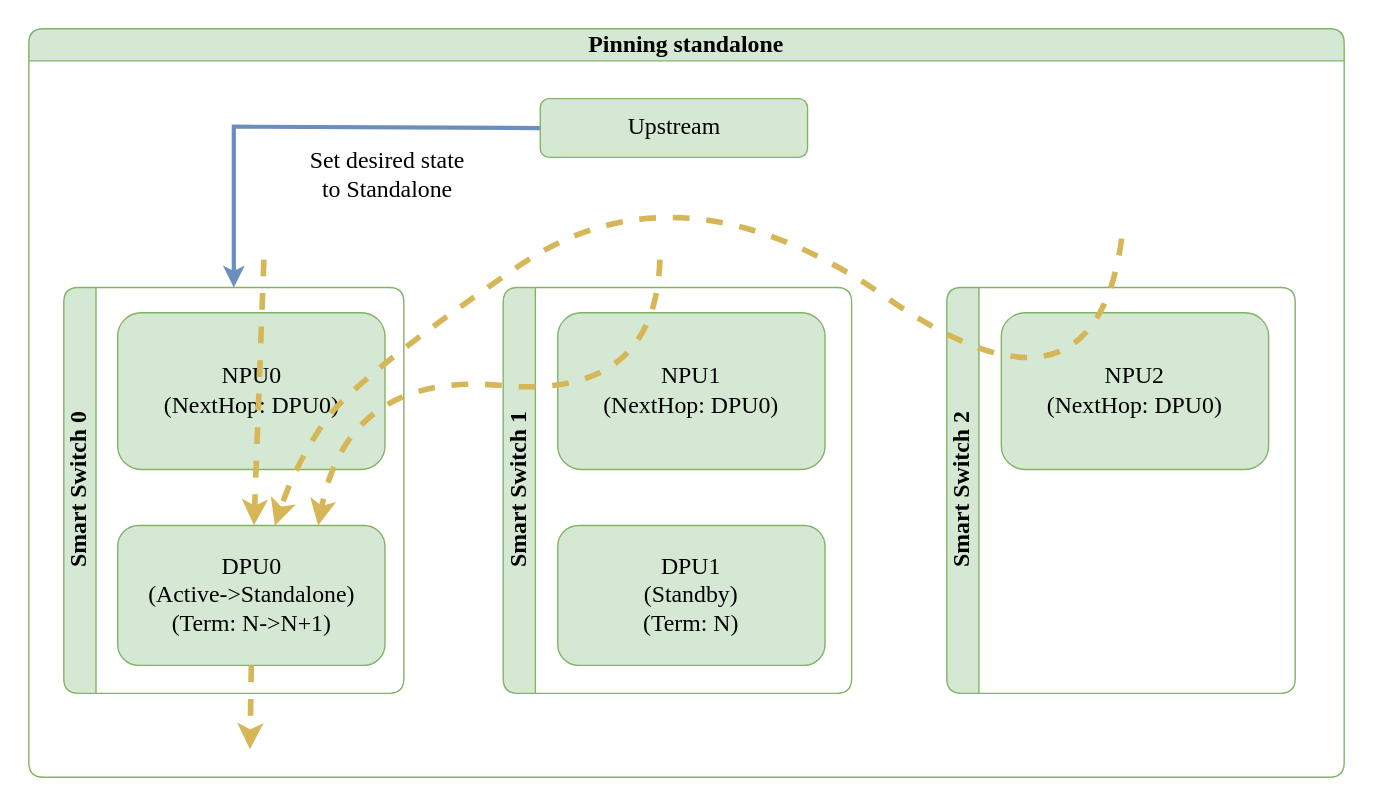
Above: doc/smart-switch/high-availability/images/ha-planned-events-standalone-pin.svg in sonic-net/SONiC (draw.io), before the change. Source tidied: cells renumbered, new cells last; positions are measured from the earlier drawing's top-left corner, leaving out a move shared by most shapes.
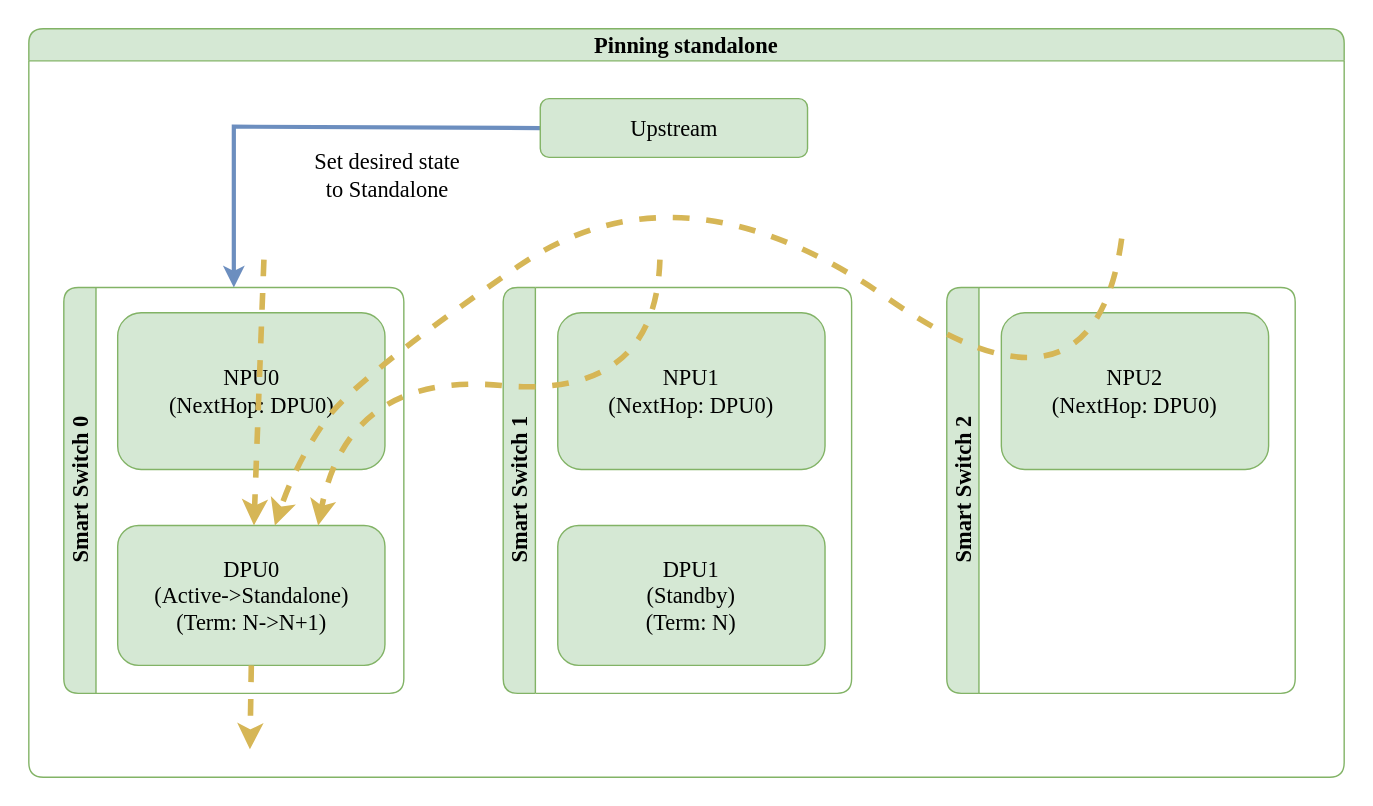
The same file after the commit.

Change to the diagram source:
```diff
@@ -2,33 +2,33 @@
   <root>
     <mxCell id="0" />
     <mxCell id="1" parent="0" />
-    <mxCell id="2" value="Pinning standalone" style="swimlane;horizontal=1;whiteSpace=wrap;html=1;rounded=1;labelBorderColor=none;strokeColor=#82b366;fontFamily=Consolas;fontSize=17;startSize=23;fillColor=#d5e8d4;swimlaneFillColor=#FFFFFF;" parent="1" vertex="1">
+    <mxCell id="2" value="Pinning standalone" style="swimlane;horizontal=1;whiteSpace=wrap;html=1;rounded=1;labelBorderColor=none;strokeColor=#82b366;fontFamily=Monaco;fontSize=16;startSize=23;fillColor=#d5e8d4;swimlaneFillColor=#FFFFFF;" parent="1" vertex="1">
       <mxGeometry width="940" height="535" as="geometry" />
     </mxCell>
-    <mxCell id="3" value="Smart Switch 0" style="swimlane;horizontal=0;whiteSpace=wrap;html=1;rounded=1;labelBorderColor=none;strokeColor=#82b366;fontFamily=Consolas;fontSize=17;startSize=23;fillColor=#d5e8d4;swimlaneFillColor=#FFFFFF;" parent="2" vertex="1">
+    <mxCell id="3" value="Smart Switch 0" style="swimlane;horizontal=0;whiteSpace=wrap;html=1;rounded=1;labelBorderColor=none;strokeColor=#82b366;fontFamily=Monaco;fontSize=16;startSize=23;fillColor=#d5e8d4;swimlaneFillColor=#FFFFFF;" parent="2" vertex="1">
       <mxGeometry x="25" y="185" width="243" height="290" as="geometry" />
     </mxCell>
-    <mxCell id="4" value="NPU0&lt;br style=&quot;font-size: 17px;&quot;&gt;(NextHop: DPU0)" style="rounded=1;whiteSpace=wrap;html=1;strokeColor=#82b366;fontFamily=Consolas;fontSize=17;startSize=23;fillColor=#d5e8d4;" parent="3" vertex="1">
+    <mxCell id="4" value="NPU0&lt;br style=&quot;font-size: 16px;&quot;&gt;(NextHop: DPU0)" style="rounded=1;whiteSpace=wrap;html=1;strokeColor=#82b366;fontFamily=Monaco;fontSize=16;startSize=23;fillColor=#d5e8d4;" parent="3" vertex="1">
       <mxGeometry x="38.5" y="18" width="191" height="112" as="geometry" />
     </mxCell>
-    <mxCell id="5" value="DPU0&lt;br style=&quot;border-color: var(--border-color); font-size: 17px;&quot;&gt;(Active-&amp;gt;Standalone)&lt;br style=&quot;border-color: var(--border-color); font-size: 17px;&quot;&gt;(Term: N-&amp;gt;N+1)" style="rounded=1;whiteSpace=wrap;html=1;strokeColor=#82b366;fontFamily=Consolas;fontSize=17;startSize=23;fillColor=#d5e8d4;" parent="3" vertex="1">
+    <mxCell id="5" value="DPU0&lt;br style=&quot;border-color: var(--border-color); font-size: 16px;&quot;&gt;(Active-&amp;gt;Standalone)&lt;br style=&quot;border-color: var(--border-color); font-size: 16px;&quot;&gt;(Term: N-&amp;gt;N+1)" style="rounded=1;whiteSpace=wrap;html=1;strokeColor=#82b366;fontFamily=Monaco;fontSize=16;startSize=23;fillColor=#d5e8d4;" parent="3" vertex="1">
       <mxGeometry x="38.5" y="170" width="191" height="100" as="geometry" />
     </mxCell>
-    <mxCell id="6" value="Smart Switch 1" style="swimlane;horizontal=0;whiteSpace=wrap;html=1;rounded=1;labelBorderColor=none;strokeColor=#82b366;fontFamily=Consolas;fontSize=17;startSize=23;fillColor=#d5e8d4;swimlaneFillColor=#FFFFFF;" parent="2" vertex="1">
+    <mxCell id="6" value="Smart Switch 1" style="swimlane;horizontal=0;whiteSpace=wrap;html=1;rounded=1;labelBorderColor=none;strokeColor=#82b366;fontFamily=Monaco;fontSize=16;startSize=23;fillColor=#d5e8d4;swimlaneFillColor=#FFFFFF;" parent="2" vertex="1">
       <mxGeometry x="339" y="185" width="249" height="290" as="geometry" />
     </mxCell>
-    <mxCell id="7" value="NPU1&lt;br style=&quot;font-size: 17px;&quot;&gt;(NextHop: DPU0)" style="rounded=1;whiteSpace=wrap;html=1;strokeColor=#82b366;fontFamily=Consolas;fontSize=17;startSize=23;fillColor=#d5e8d4;" parent="6" vertex="1">
+    <mxCell id="7" value="NPU1&lt;br style=&quot;font-size: 16px;&quot;&gt;(NextHop: DPU0)" style="rounded=1;whiteSpace=wrap;html=1;strokeColor=#82b366;fontFamily=Monaco;fontSize=16;startSize=23;fillColor=#d5e8d4;" parent="6" vertex="1">
       <mxGeometry x="39" y="18" width="191" height="112" as="geometry" />
     </mxCell>
-    <mxCell id="8" value="DPU1&lt;br style=&quot;border-color: var(--border-color); font-size: 17px;&quot;&gt;(Standby)&lt;br style=&quot;border-color: var(--border-color); font-size: 17px;&quot;&gt;(Term: N)" style="rounded=1;whiteSpace=wrap;html=1;strokeColor=#82b366;fontFamily=Consolas;fontSize=17;startSize=23;fillColor=#d5e8d4;" parent="6" vertex="1">
+    <mxCell id="8" value="DPU1&lt;br style=&quot;border-color: var(--border-color); font-size: 16px;&quot;&gt;(Standby)&lt;br style=&quot;border-color: var(--border-color); font-size: 16px;&quot;&gt;(Term: N)" style="rounded=1;whiteSpace=wrap;html=1;strokeColor=#82b366;fontFamily=Monaco;fontSize=16;startSize=23;fillColor=#d5e8d4;" parent="6" vertex="1">
       <mxGeometry x="39" y="170" width="191" height="100" as="geometry" />
     </mxCell>
-    <mxCell id="9" style="curved=1;endArrow=classic;html=1;rounded=0;fillColor=#fff2cc;strokeColor=#d6b656;strokeWidth=4;dashed=1;endFill=1;fontFamily=Consolas;fontSize=17;" parent="2" edge="1" target="5">
+    <mxCell id="9" style="curved=1;endArrow=classic;html=1;rounded=0;fillColor=#fff2cc;strokeColor=#d6b656;strokeWidth=4;dashed=1;endFill=1;fontFamily=Monaco;fontSize=16;" parent="2" edge="1" target="5">
       <mxGeometry relative="1" as="geometry">
         <mxPoint x="168" y="165" as="sourcePoint" />
       </mxGeometry>
     </mxCell>
-    <mxCell id="10" style="curved=1;endArrow=classic;html=1;rounded=0;entryX=0.75;entryY=0;entryDx=0;entryDy=0;fillColor=#fff2cc;strokeColor=#d6b656;strokeWidth=4;dashed=1;endFill=1;fontFamily=Consolas;fontSize=17;" parent="2" edge="1" target="5">
+    <mxCell id="10" style="curved=1;endArrow=classic;html=1;rounded=0;entryX=0.75;entryY=0;entryDx=0;entryDy=0;fillColor=#fff2cc;strokeColor=#d6b656;strokeWidth=4;dashed=1;endFill=1;fontFamily=Monaco;fontSize=16;" parent="2" edge="1" target="5">
       <mxGeometry relative="1" as="geometry">
         <mxPoint x="451" y="165" as="sourcePoint" />
         <Array as="points">
@@ -37,25 +37,25 @@
         </Array>
       </mxGeometry>
     </mxCell>
-    <mxCell id="11" style="endArrow=classic;html=1;rounded=0;fillColor=#fff2cc;strokeColor=#d6b656;strokeWidth=4;dashed=1;endFill=1;exitX=0.5;exitY=1;exitDx=0;exitDy=0;fontFamily=Consolas;fontSize=17;" parent="2" edge="1" source="5">
+    <mxCell id="11" style="endArrow=classic;html=1;rounded=0;fillColor=#fff2cc;strokeColor=#d6b656;strokeWidth=4;dashed=1;endFill=1;exitX=0.5;exitY=1;exitDx=0;exitDy=0;fontFamily=Monaco;fontSize=16;" parent="2" edge="1" source="5">
       <mxGeometry relative="1" as="geometry">
         <mxPoint x="158" y="515" as="targetPoint" />
       </mxGeometry>
     </mxCell>
-    <mxCell id="12" value="Set desired state&lt;br style=&quot;font-size: 17px;&quot;&gt;to Standalone" style="endArrow=classic;startArrow=none;html=1;exitX=0;exitY=0.5;exitDx=0;exitDy=0;fillColor=#dae8fc;strokeColor=#6c8ebf;strokeWidth=3;fontFamily=Consolas;fontSize=17;startFill=0;endFill=1;labelBackgroundColor=none;entryX=0.5;entryY=0;entryDx=0;entryDy=0;rounded=0;" parent="2" edge="1" source="16" target="3">
+    <mxCell id="12" value="Set desired state&lt;br style=&quot;font-size: 16px;&quot;&gt;to Standalone" style="endArrow=classic;startArrow=none;html=1;exitX=0;exitY=0.5;exitDx=0;exitDy=0;fillColor=#dae8fc;strokeColor=#6c8ebf;strokeWidth=3;fontFamily=Monaco;fontSize=16;startFill=0;endFill=1;labelBackgroundColor=none;entryX=0.5;entryY=0;entryDx=0;entryDy=0;rounded=0;" parent="2" edge="1" source="16" target="3">
       <mxGeometry x="-0.35" y="34" relative="1" as="geometry">
         <Array as="points">
           <mxPoint x="146.5" y="70" />
         </Array>
       </mxGeometry>
     </mxCell>
-    <mxCell id="13" value="Smart Switch 2" style="swimlane;horizontal=0;whiteSpace=wrap;html=1;rounded=1;labelBorderColor=none;strokeColor=#82b366;fontFamily=Consolas;fontSize=17;startSize=23;fillColor=#d5e8d4;swimlaneFillColor=#FFFFFF;" parent="2" vertex="1">
+    <mxCell id="13" value="Smart Switch 2" style="swimlane;horizontal=0;whiteSpace=wrap;html=1;rounded=1;labelBorderColor=none;strokeColor=#82b366;fontFamily=Monaco;fontSize=16;startSize=23;fillColor=#d5e8d4;swimlaneFillColor=#FFFFFF;" parent="2" vertex="1">
       <mxGeometry x="656" y="185" width="249" height="290" as="geometry" />
     </mxCell>
-    <mxCell id="14" value="NPU2&lt;br style=&quot;font-size: 17px;&quot;&gt;(NextHop: DPU0)" style="rounded=1;whiteSpace=wrap;html=1;strokeColor=#82b366;fontFamily=Consolas;fontSize=17;startSize=23;fillColor=#d5e8d4;" parent="13" vertex="1">
+    <mxCell id="14" value="NPU2&lt;br style=&quot;font-size: 16px;&quot;&gt;(NextHop: DPU0)" style="rounded=1;whiteSpace=wrap;html=1;strokeColor=#82b366;fontFamily=Monaco;fontSize=16;startSize=23;fillColor=#d5e8d4;" parent="13" vertex="1">
       <mxGeometry x="39" y="18" width="191" height="112" as="geometry" />
     </mxCell>
-    <mxCell id="15" style="curved=1;endArrow=classic;html=1;rounded=0;fillColor=#fff2cc;strokeColor=#d6b656;strokeWidth=4;dashed=1;endFill=1;fontFamily=Consolas;fontSize=17;" parent="2" edge="1" target="5">
+    <mxCell id="15" style="curved=1;endArrow=classic;html=1;rounded=0;fillColor=#fff2cc;strokeColor=#d6b656;strokeWidth=4;dashed=1;endFill=1;fontFamily=Monaco;fontSize=16;" parent="2" edge="1" target="5">
       <mxGeometry relative="1" as="geometry">
         <mxPoint x="781" y="150" as="sourcePoint" />
         <Array as="points">
@@ -66,7 +66,7 @@
         </Array>
       </mxGeometry>
     </mxCell>
-    <mxCell id="16" value="Upstream" style="rounded=1;whiteSpace=wrap;html=1;strokeColor=#82b366;fontFamily=Consolas;fontSize=17;startSize=23;fillColor=#d5e8d4;" parent="2" vertex="1">
+    <mxCell id="16" value="Upstream" style="rounded=1;whiteSpace=wrap;html=1;strokeColor=#82b366;fontFamily=Monaco;fontSize=16;startSize=23;fillColor=#d5e8d4;" parent="2" vertex="1">
       <mxGeometry x="365.5" y="50" width="191" height="42" as="geometry" />
     </mxCell>
   </root>
```
